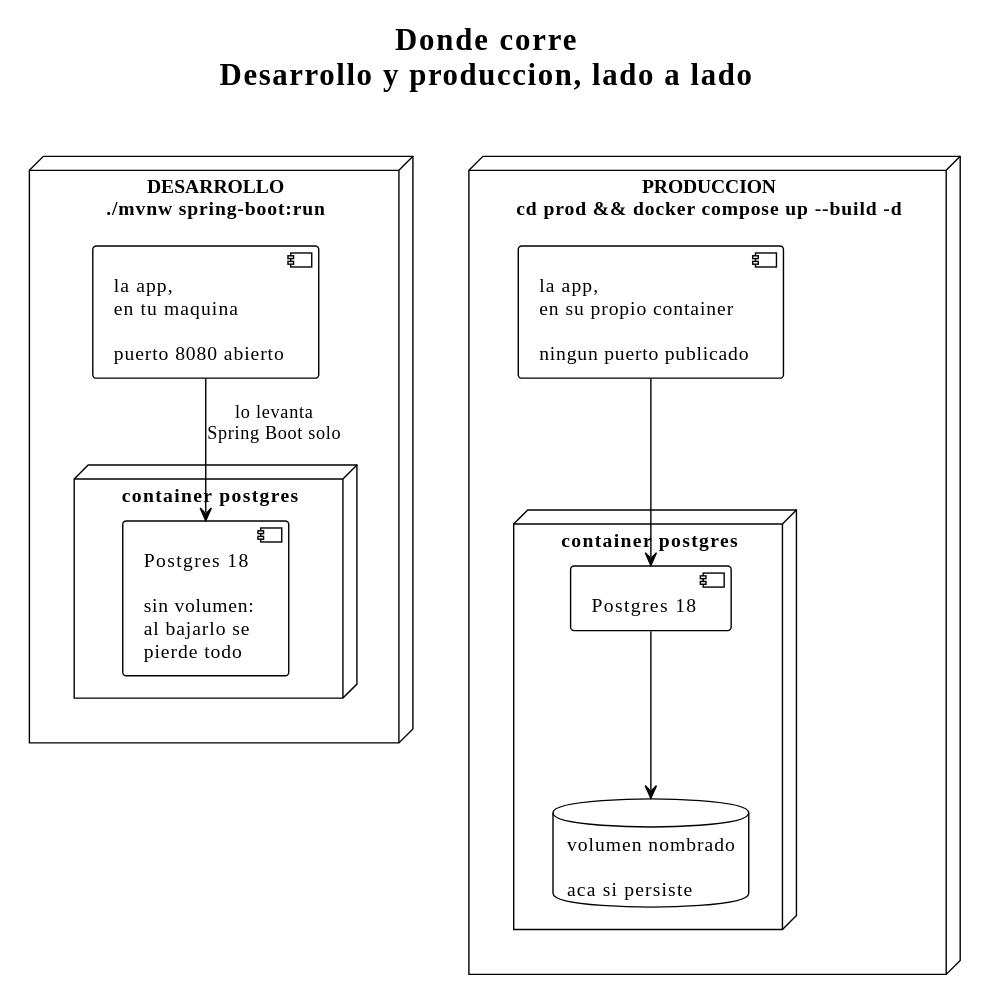
This is docs/para-humanos/diagramas/entorno.svg from EliasNAires/oneprofile, a PlantUML export, as it was before one commit. Its diagram source:
```plantuml
@startuml
!theme plain
title Donde corre\nDesarrollo y produccion, lado a lado

skinparam shadowing false
skinparam nodesep 30
skinparam ranksep 30

node "DESARROLLO\n./mvnw spring-boot:run" as dev {
  component "la app,\nen tu maquina\n\npuerto 8080 abierto" as devapp
  node "container postgres" as devdb {
    component "Postgres 18\n\nsin volumen:\nal bajarlo se\npierde todo" as devpg
  }
  devapp -down-> devpg : lo levanta\nSpring Boot solo
}

node "PRODUCCION\ncd prod && docker compose up --build -d" as prod {
  component "la app,\nen su propio container\n\nningun puerto publicado" as papp
  node "container postgres" as proddb {
    component "Postgres 18" as ppg
    database "volumen nombrado\n\naca si persiste" as vol
    ppg -down-> vol
  }
  papp -down-> ppg
}

dev -[hidden]right- prod
@enduml
```
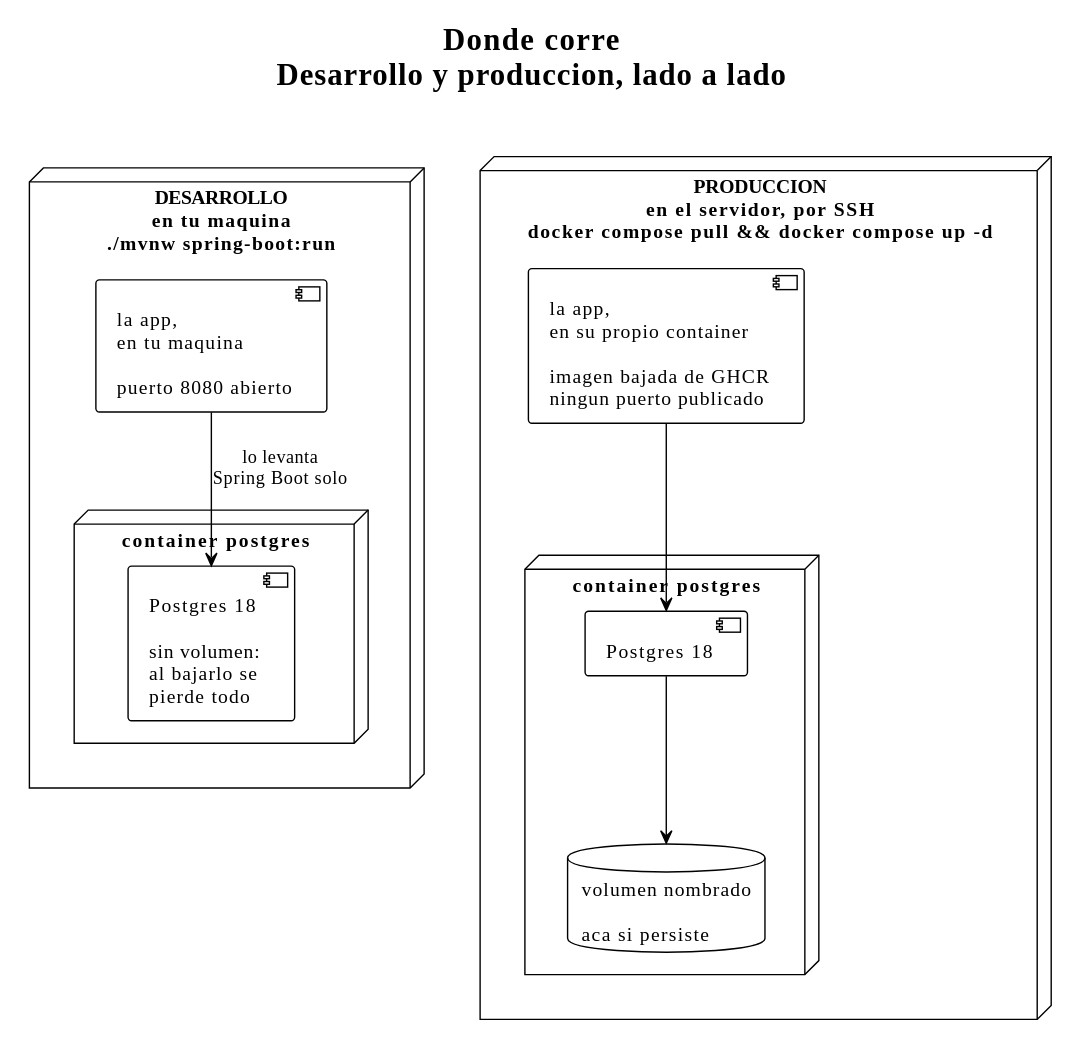
After the commit.

Diff of the diagram source:
```diff
@@ -6,7 +6,7 @@
 skinparam nodesep 30
 skinparam ranksep 30
 
-node "DESARROLLO\n./mvnw spring-boot:run" as dev {
+node "DESARROLLO\nen tu maquina\n./mvnw spring-boot:run" as dev {
   component "la app,\nen tu maquina\n\npuerto 8080 abierto" as devapp
   node "container postgres" as devdb {
     component "Postgres 18\n\nsin volumen:\nal bajarlo se\npierde todo" as devpg
@@ -14,8 +14,8 @@
   devapp -down-> devpg : lo levanta\nSpring Boot solo
 }
 
-node "PRODUCCION\ncd prod && docker compose up --build -d" as prod {
-  component "la app,\nen su propio container\n\nningun puerto publicado" as papp
+node "PRODUCCION\nen el servidor, por SSH\ndocker compose pull && docker compose up -d" as prod {
+  component "la app,\nen su propio container\n\nimagen bajada de GHCR\nningun puerto publicado" as papp
   node "container postgres" as proddb {
     component "Postgres 18" as ppg
     database "volumen nombrado\n\naca si persiste" as vol
```
